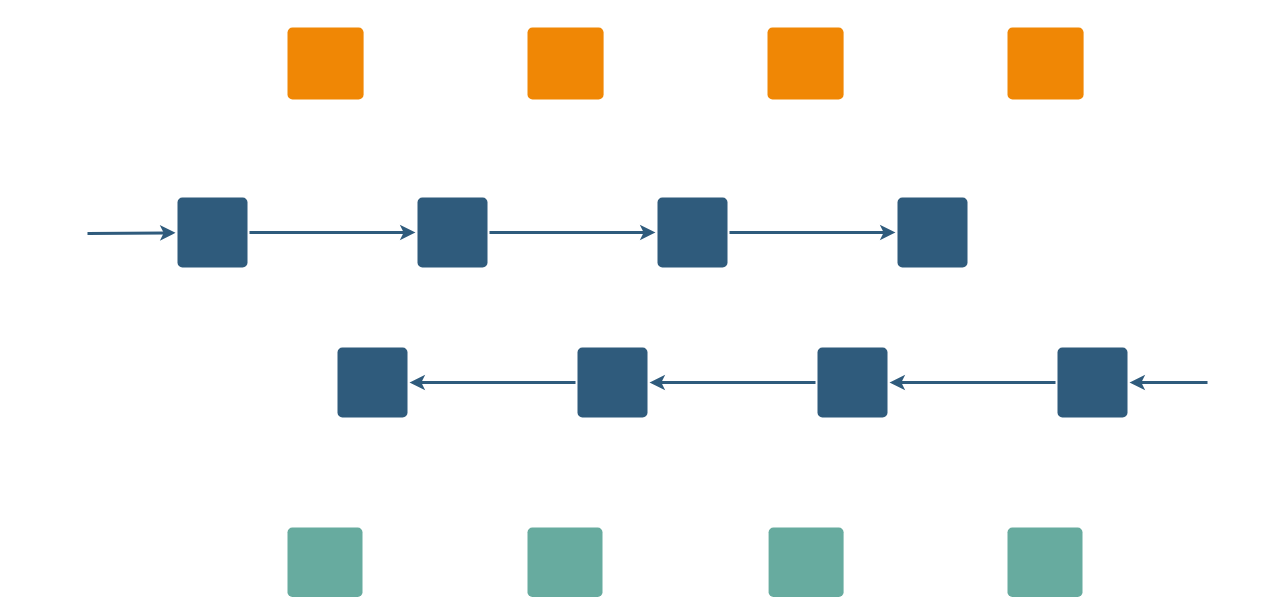
Earlier version of the draw.io diagram BiLSTM原理.drawio (yhx123hero/CyberspaceSecurity_NER). Source tidied: cells renumbered, new cells numbered last; positions are measured from the earlier drawing's top-left corner, leaving out a move shared by most shapes. Both pictures are drawn from the tidied source at 100%, with x=0, y=0 at pixel (87, 27).
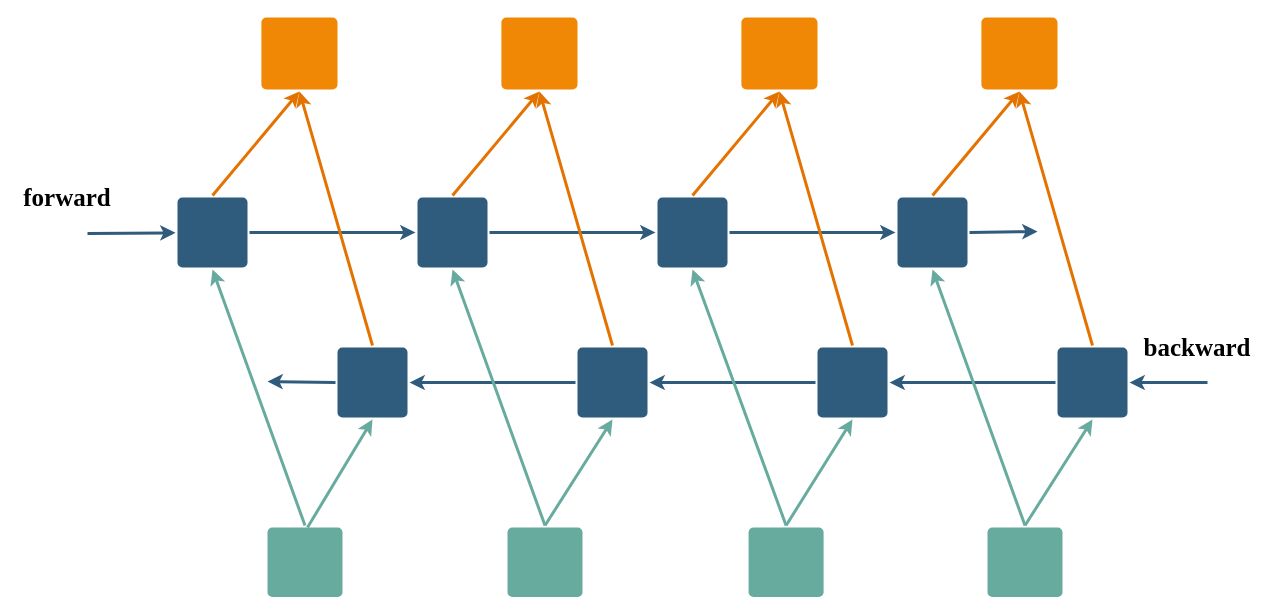
After the change.

Unchanged cells that the change refers to:
```xml
<mxCell id="6" style="rounded=1;whiteSpace=wrap;html=1;shadow=0;labelBackgroundColor=none;strokeColor=none;strokeWidth=3;fillColor=#2F5B7C;fontFamily=Helvetica;fontSize=16;fontColor=#FFFFFF;align=center;fontStyle=1;spacing=5;arcSize=7;perimeterSpacing=2;" parent="1" vertex="1">
  <mxGeometry x="90" y="170" width="70" height="70" as="geometry" />
</mxCell>
<mxCell id="9" style="rounded=1;whiteSpace=wrap;html=1;shadow=0;labelBackgroundColor=none;strokeColor=none;strokeWidth=3;fillColor=#2F5B7C;fontFamily=Helvetica;fontSize=16;fontColor=#FFFFFF;align=center;fontStyle=1;spacing=5;arcSize=7;perimeterSpacing=2;" parent="1" vertex="1">
  <mxGeometry x="330" y="170" width="70" height="70" as="geometry" />
</mxCell>
<mxCell id="10" style="rounded=1;whiteSpace=wrap;html=1;shadow=0;labelBackgroundColor=none;strokeColor=none;strokeWidth=3;fillColor=#2F5B7C;fontFamily=Helvetica;fontSize=16;fontColor=#FFFFFF;align=center;fontStyle=1;spacing=5;arcSize=7;perimeterSpacing=2;" parent="1" vertex="1">
  <mxGeometry x="570" y="170" width="70" height="70" as="geometry" />
</mxCell>
<mxCell id="11" style="rounded=1;whiteSpace=wrap;html=1;shadow=0;labelBackgroundColor=none;strokeColor=none;strokeWidth=3;fillColor=#2F5B7C;fontFamily=Helvetica;fontSize=16;fontColor=#FFFFFF;align=center;fontStyle=1;spacing=5;arcSize=7;perimeterSpacing=2;" parent="1" vertex="1">
  <mxGeometry x="810" y="170" width="70" height="70" as="geometry" />
</mxCell>
<mxCell id="15" style="rounded=1;whiteSpace=wrap;html=1;shadow=0;labelBackgroundColor=none;strokeColor=none;strokeWidth=3;fillColor=#2F5B7C;fontFamily=Helvetica;fontSize=16;fontColor=#FFFFFF;align=center;fontStyle=1;spacing=5;arcSize=7;perimeterSpacing=2;" parent="1" vertex="1">
  <mxGeometry x="250" y="320" width="70" height="70" as="geometry" />
</mxCell>
<mxCell id="16" style="rounded=1;whiteSpace=wrap;html=1;shadow=0;labelBackgroundColor=none;strokeColor=none;strokeWidth=3;fillColor=#2F5B7C;fontFamily=Helvetica;fontSize=16;fontColor=#FFFFFF;align=center;fontStyle=1;spacing=5;arcSize=7;perimeterSpacing=2;" parent="1" vertex="1">
  <mxGeometry x="490" y="320" width="70" height="70" as="geometry" />
</mxCell>
<mxCell id="17" style="rounded=1;whiteSpace=wrap;html=1;shadow=0;labelBackgroundColor=none;strokeColor=none;strokeWidth=3;fillColor=#2F5B7C;fontFamily=Helvetica;fontSize=16;fontColor=#FFFFFF;align=center;fontStyle=1;spacing=5;arcSize=7;perimeterSpacing=2;" parent="1" vertex="1">
  <mxGeometry x="730" y="320" width="70" height="70" as="geometry" />
</mxCell>
<mxCell id="18" style="rounded=1;whiteSpace=wrap;html=1;shadow=0;labelBackgroundColor=none;strokeColor=none;strokeWidth=3;fillColor=#2F5B7C;fontFamily=Helvetica;fontSize=16;fontColor=#FFFFFF;align=center;fontStyle=1;spacing=5;arcSize=7;perimeterSpacing=2;" parent="1" vertex="1">
  <mxGeometry x="970" y="320" width="70" height="70" as="geometry" />
</mxCell>
```

The edit, as a diff of the source:
```diff
@@
     <mxCell id="7" style="rounded=1;whiteSpace=wrap;html=1;shadow=0;labelBackgroundColor=none;strokeColor=none;strokeWidth=3;fontFamily=Helvetica;fontSize=14;fontColor=#FFFFFF;align=center;spacing=5;fontStyle=1;arcSize=7;perimeterSpacing=2;fillColor=#67AB9F;" parent="1" vertex="1">
-      <mxGeometry x="200" y="500" width="75" height="69.5" as="geometry" />
+      <mxGeometry x="180" y="500" width="75" height="69.5" as="geometry" />
     </mxCell>
     <mxCell id="8" style="rounded=1;whiteSpace=wrap;html=1;shadow=0;labelBackgroundColor=none;strokeColor=none;strokeWidth=3;fillColor=#F08705;fontFamily=Helvetica;fontSize=14;fontColor=#FFFFFF;align=center;spacing=5;fontStyle=1;arcSize=7;perimeterSpacing=2;" parent="1" vertex="1">
-      <mxGeometry x="200" width="76.1" height="72" as="geometry" />
+      <mxGeometry x="173.9" y="-10" width="76.1" height="72" as="geometry" />
     </mxCell>
@@
     <mxCell id="19" style="rounded=1;whiteSpace=wrap;html=1;shadow=0;labelBackgroundColor=none;strokeColor=none;strokeWidth=3;fillColor=#F08705;fontFamily=Helvetica;fontSize=14;fontColor=#FFFFFF;align=center;spacing=5;fontStyle=1;arcSize=7;perimeterSpacing=2;" parent="1" vertex="1">
-      <mxGeometry x="440" width="76.1" height="72" as="geometry" />
+      <mxGeometry x="413.9" y="-10" width="76.1" height="72" as="geometry" />
     </mxCell>
     <mxCell id="20" style="rounded=1;whiteSpace=wrap;html=1;shadow=0;labelBackgroundColor=none;strokeColor=none;strokeWidth=3;fillColor=#F08705;fontFamily=Helvetica;fontSize=14;fontColor=#FFFFFF;align=center;spacing=5;fontStyle=1;arcSize=7;perimeterSpacing=2;" parent="1" vertex="1">
-      <mxGeometry x="680" width="76.1" height="72" as="geometry" />
+      <mxGeometry x="653.9" y="-10" width="76.1" height="72" as="geometry" />
     </mxCell>
     <mxCell id="21" style="rounded=1;whiteSpace=wrap;html=1;shadow=0;labelBackgroundColor=none;strokeColor=none;strokeWidth=3;fillColor=#F08705;fontFamily=Helvetica;fontSize=14;fontColor=#FFFFFF;align=center;spacing=5;fontStyle=1;arcSize=7;perimeterSpacing=2;" parent="1" vertex="1">
-      <mxGeometry x="920" width="76.1" height="72" as="geometry" />
+      <mxGeometry x="893.9" y="-10" width="76.1" height="72" as="geometry" />
     </mxCell>
     <mxCell id="22" style="rounded=1;whiteSpace=wrap;html=1;shadow=0;labelBackgroundColor=none;strokeColor=none;strokeWidth=3;fontFamily=Helvetica;fontSize=14;fontColor=#FFFFFF;align=center;spacing=5;fontStyle=1;arcSize=7;perimeterSpacing=2;fillColor=#67AB9F;" parent="1" vertex="1">
-      <mxGeometry x="440" y="500" width="75" height="69.5" as="geometry" />
+      <mxGeometry x="420" y="500" width="75" height="69.5" as="geometry" />
     </mxCell>
     <mxCell id="23" style="rounded=1;whiteSpace=wrap;html=1;shadow=0;labelBackgroundColor=none;strokeColor=none;strokeWidth=3;fontFamily=Helvetica;fontSize=14;fontColor=#FFFFFF;align=center;spacing=5;fontStyle=1;arcSize=7;perimeterSpacing=2;fillColor=#67AB9F;" parent="1" vertex="1">
-      <mxGeometry x="681.1" y="500" width="75" height="69.5" as="geometry" />
+      <mxGeometry x="661.1" y="500" width="75" height="69.5" as="geometry" />
     </mxCell>
     <mxCell id="24" style="rounded=1;whiteSpace=wrap;html=1;shadow=0;labelBackgroundColor=none;strokeColor=none;strokeWidth=3;fontFamily=Helvetica;fontSize=14;fontColor=#FFFFFF;align=center;spacing=5;fontStyle=1;arcSize=7;perimeterSpacing=2;fillColor=#67AB9F;" parent="1" vertex="1">
-      <mxGeometry x="920" y="500" width="75" height="69.5" as="geometry" />
+      <mxGeometry x="900" y="500" width="75" height="69.5" as="geometry" />
     </mxCell>
@@
+    <mxCell id="26" value="backward" style="text;html=1;strokeColor=none;fillColor=none;align=center;verticalAlign=middle;whiteSpace=wrap;rounded=0;fontFamily=Times New Roman;fontSize=25;fontStyle=1;" parent="1" vertex="1">
+      <mxGeometry x="1060" y="300" width="100" height="40" as="geometry" />
+    </mxCell>
+    <mxCell id="27" style="endArrow=classic;html=1;fontFamily=Times New Roman;fontSize=25;exitX=0.5;exitY=0;exitDx=0;exitDy=0;entryX=0.5;entryY=1;entryDx=0;entryDy=0;strokeWidth=3;strokeColor=#E37200;" parent="1" edge="1" source="6" target="8">
+      <mxGeometry relative="1" as="geometry" />
+    </mxCell>
+    <mxCell id="28" style="endArrow=classic;html=1;strokeColor=#E37200;strokeWidth=3;fontFamily=Times New Roman;fontSize=25;entryX=0.5;entryY=1;entryDx=0;entryDy=0;exitX=0.5;exitY=0;exitDx=0;exitDy=0;" parent="1" edge="1" source="15" target="8">
+      <mxGeometry relative="1" as="geometry" />
+    </mxCell>
+    <mxCell id="29" style="endArrow=classic;html=1;strokeColor=#E37200;strokeWidth=3;fontFamily=Times New Roman;fontSize=25;exitX=0.5;exitY=0;exitDx=0;exitDy=0;entryX=0.5;entryY=1;entryDx=0;entryDy=0;" parent="1" edge="1" source="9" target="19">
+      <mxGeometry relative="1" as="geometry" />
+    </mxCell>
+    <mxCell id="30" style="endArrow=classic;html=1;strokeColor=#E37200;strokeWidth=3;fontFamily=Times New Roman;fontSize=25;entryX=0.5;entryY=1;entryDx=0;entryDy=0;exitX=0.5;exitY=0;exitDx=0;exitDy=0;" parent="1" edge="1" source="16" target="19">
+      <mxGeometry relative="1" as="geometry" />
+    </mxCell>
+    <mxCell id="31" style="endArrow=classic;html=1;strokeColor=#E37200;strokeWidth=3;fontFamily=Times New Roman;fontSize=25;entryX=0.5;entryY=1;entryDx=0;entryDy=0;exitX=0.5;exitY=0;exitDx=0;exitDy=0;" parent="1" edge="1" source="10" target="20">
+      <mxGeometry relative="1" as="geometry" />
+    </mxCell>
+    <mxCell id="32" style="endArrow=classic;html=1;strokeColor=#E37200;strokeWidth=3;fontFamily=Times New Roman;fontSize=25;entryX=0.5;entryY=1;entryDx=0;entryDy=0;exitX=0.5;exitY=0;exitDx=0;exitDy=0;" parent="1" edge="1" source="17" target="20">
+      <mxGeometry relative="1" as="geometry" />
+    </mxCell>
+    <mxCell id="33" style="endArrow=classic;html=1;strokeColor=#E37200;strokeWidth=3;fontFamily=Times New Roman;fontSize=25;entryX=0.5;entryY=1;entryDx=0;entryDy=0;exitX=0.5;exitY=0;exitDx=0;exitDy=0;" parent="1" edge="1" source="11" target="21">
+      <mxGeometry relative="1" as="geometry" />
+    </mxCell>
+    <mxCell id="34" style="endArrow=classic;html=1;strokeColor=#E37200;strokeWidth=3;fontFamily=Times New Roman;fontSize=25;entryX=0.5;entryY=1;entryDx=0;entryDy=0;exitX=0.5;exitY=0;exitDx=0;exitDy=0;" parent="1" edge="1" source="18" target="21">
+      <mxGeometry relative="1" as="geometry" />
+    </mxCell>
+    <mxCell id="35" value="forward" style="text;html=1;strokeColor=none;fillColor=none;align=center;verticalAlign=middle;whiteSpace=wrap;rounded=0;fontFamily=Times New Roman;fontSize=25;fontStyle=1;" parent="1" vertex="1">
+      <mxGeometry x="-70" y="150" width="100" height="40" as="geometry" />
+    </mxCell>
+    <mxCell id="36" style="endArrow=classic;html=1;strokeWidth=3;fontFamily=Times New Roman;fontSize=25;entryX=0.5;entryY=1;entryDx=0;entryDy=0;exitX=0.5;exitY=0;exitDx=0;exitDy=0;strokeColor=#67AB9F;" parent="1" edge="1" source="7" target="6">
+      <mxGeometry relative="1" as="geometry" />
+    </mxCell>
+    <mxCell id="37" style="endArrow=classic;html=1;strokeColor=#67AB9F;strokeWidth=3;fontFamily=Times New Roman;fontSize=25;entryX=0.5;entryY=1;entryDx=0;entryDy=0;" parent="1" edge="1" target="15">
+      <mxGeometry relative="1" as="geometry">
+        <mxPoint x="220" y="500" as="sourcePoint" />
+      </mxGeometry>
+    </mxCell>
+    <mxCell id="38" style="endArrow=classic;html=1;strokeColor=#67AB9F;strokeWidth=3;fontFamily=Times New Roman;fontSize=25;entryX=0.5;entryY=1;entryDx=0;entryDy=0;exitX=0.5;exitY=0;exitDx=0;exitDy=0;" parent="1" edge="1" source="22" target="9">
+      <mxGeometry relative="1" as="geometry" />
+    </mxCell>
+    <mxCell id="39" style="endArrow=classic;html=1;strokeColor=#67AB9F;strokeWidth=3;fontFamily=Times New Roman;fontSize=25;entryX=0.5;entryY=1;entryDx=0;entryDy=0;exitX=0.5;exitY=0;exitDx=0;exitDy=0;" parent="1" edge="1" source="22" target="16">
+      <mxGeometry relative="1" as="geometry" />
+    </mxCell>
+    <mxCell id="40" style="endArrow=classic;html=1;strokeColor=#67AB9F;strokeWidth=3;fontFamily=Times New Roman;fontSize=25;entryX=0.5;entryY=1;entryDx=0;entryDy=0;exitX=0.5;exitY=0;exitDx=0;exitDy=0;" parent="1" edge="1" source="23" target="10">
+      <mxGeometry relative="1" as="geometry" />
+    </mxCell>
+    <mxCell id="41" style="endArrow=classic;html=1;strokeColor=#67AB9F;strokeWidth=3;fontFamily=Times New Roman;fontSize=25;entryX=0.5;entryY=1;entryDx=0;entryDy=0;exitX=0.5;exitY=0;exitDx=0;exitDy=0;" parent="1" edge="1" source="23" target="17">
+      <mxGeometry relative="1" as="geometry" />
+    </mxCell>
+    <mxCell id="42" style="endArrow=classic;html=1;strokeColor=#67AB9F;strokeWidth=3;fontFamily=Times New Roman;fontSize=25;entryX=0.5;entryY=1;entryDx=0;entryDy=0;exitX=0.5;exitY=0;exitDx=0;exitDy=0;" parent="1" edge="1" source="24" target="11">
+      <mxGeometry relative="1" as="geometry" />
+    </mxCell>
+    <mxCell id="43" style="endArrow=classic;html=1;strokeColor=#67AB9F;strokeWidth=3;fontFamily=Times New Roman;fontSize=25;entryX=0.5;entryY=1;entryDx=0;entryDy=0;exitX=0.5;exitY=0;exitDx=0;exitDy=0;" parent="1" edge="1" source="24" target="18">
+      <mxGeometry relative="1" as="geometry" />
+    </mxCell>
+    <mxCell id="44" style="edgeStyle=none;rounded=0;jumpStyle=none;html=1;shadow=0;labelBackgroundColor=none;startArrow=none;startFill=0;endArrow=classic;endFill=1;jettySize=auto;strokeColor=#2F5B7C;strokeWidth=3;fontFamily=Helvetica;fontSize=16;fontColor=#23445D;spacing=5;exitX=1;exitY=0.5;exitDx=0;exitDy=0;" parent="1" edge="1" source="11">
+      <mxGeometry relative="1" as="geometry">
+        <mxPoint x="950" y="204" as="targetPoint" />
+      </mxGeometry>
+    </mxCell>
+    <mxCell id="45" style="edgeStyle=none;rounded=0;jumpStyle=none;html=1;shadow=0;labelBackgroundColor=none;startArrow=none;startFill=0;endArrow=classic;endFill=1;jettySize=auto;strokeColor=#2F5B7C;strokeWidth=3;fontFamily=Helvetica;fontSize=16;fontColor=#23445D;spacing=5;exitX=0;exitY=0.5;exitDx=0;exitDy=0;" parent="1" edge="1" source="15">
+      <mxGeometry relative="1" as="geometry">
+        <mxPoint x="180" y="354" as="targetPoint" />
+      </mxGeometry>
+    </mxCell>
```
